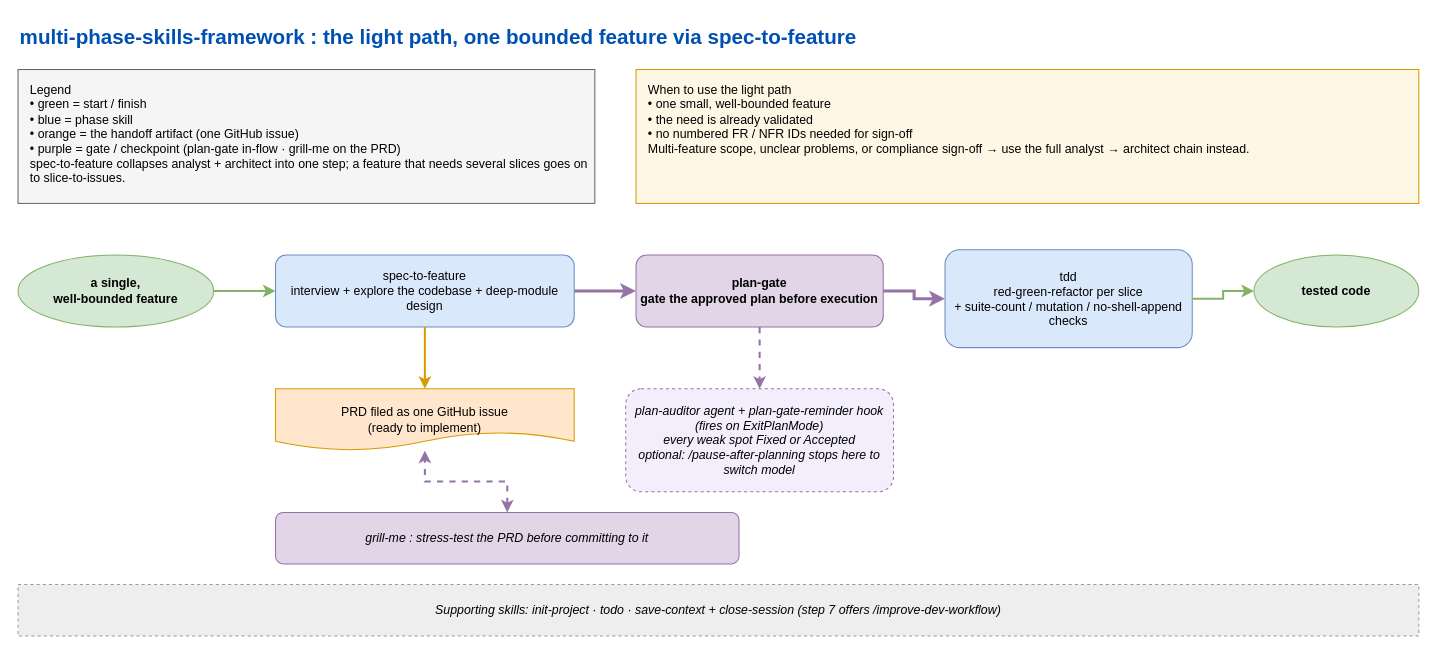
Before: docs/framework-flows-light.drawio in eranw2000/multi-phase-skills-framework, a draw.io diagram. Source tidied: cells renumbered, new cells numbered last; positions are measured from the earlier drawing's top-left corner, leaving out a move shared by most shapes. Both pictures are drawn from the tidied source at 103%, with x=0, y=0 at pixel (18, 18).
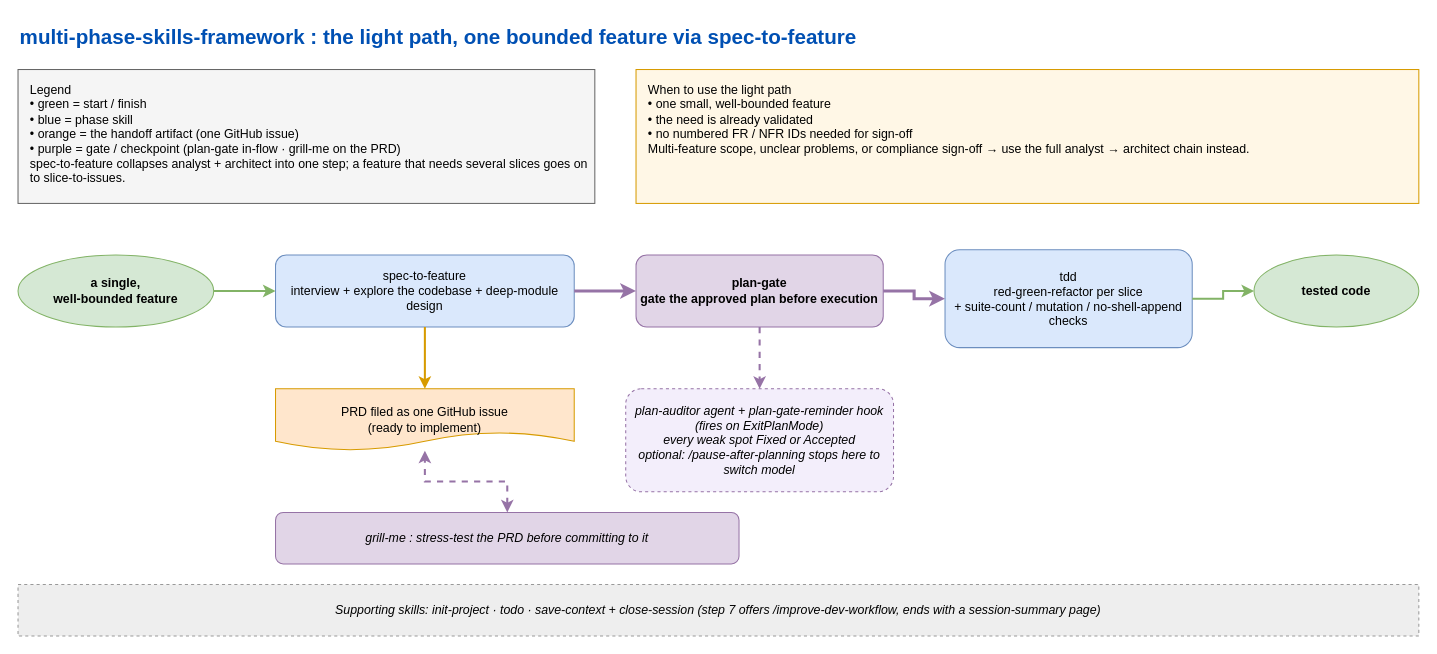
The same diagram, later.

Commit message (it also covers changes not shown here):
session-summary: a visual summary page at the end of every session (#27)

Diff of the diagram source:
```diff
@@
-    <mxCell id="13" value="Supporting skills:  init-project  ·  todo  ·  save-context + close-session (step 7 offers /improve-dev-workflow)" style="rounded=0;fillColor=#eeeeee;strokeColor=#999999;html=1;whiteSpace=wrap;fontStyle=2;dashed=1;verticalAlign=middle;align=center;" parent="1" vertex="1">
+    <mxCell id="13" value="Supporting skills:  init-project  ·  todo  ·  save-context + close-session (step 7 offers /improve-dev-workflow, ends with a session-summary page)" style="rounded=0;fillColor=#eeeeee;strokeColor=#999999;html=1;whiteSpace=wrap;fontStyle=2;dashed=1;verticalAlign=middle;align=center;" parent="1" vertex="1">
       <mxGeometry y="550" width="1360" height="50" as="geometry" />
     </mxCell>
```
